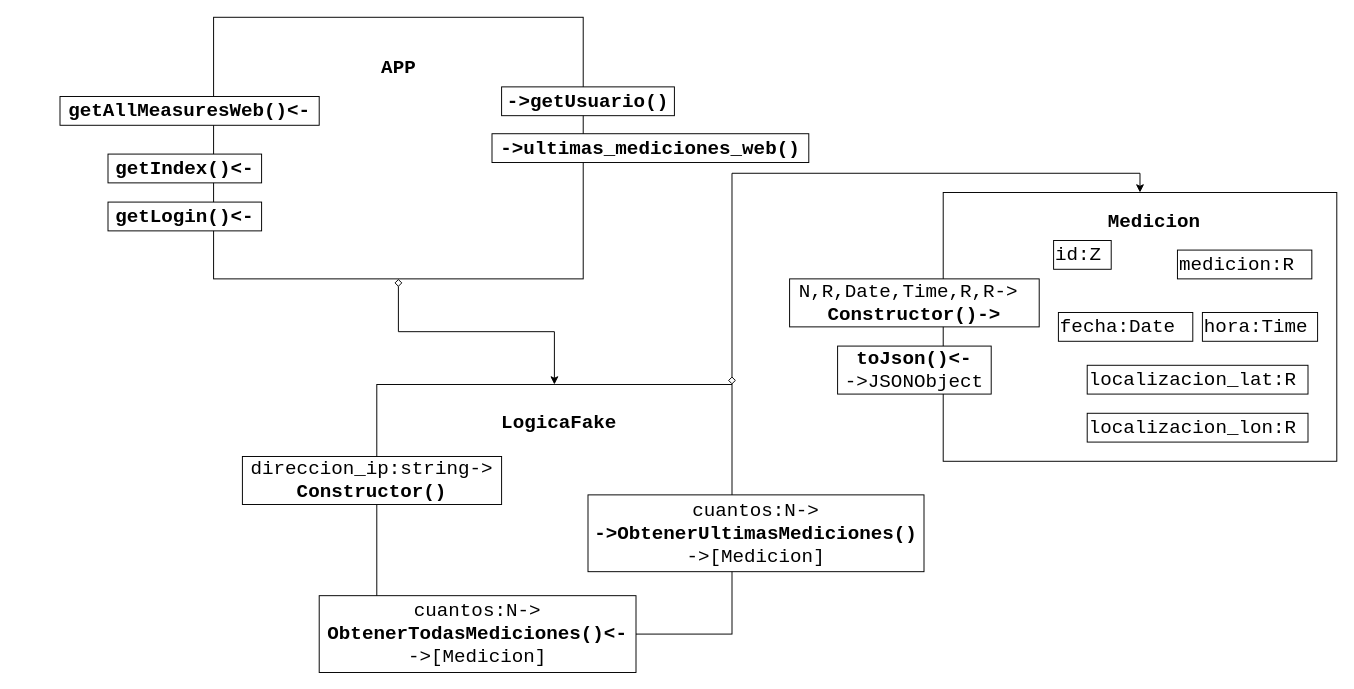
3-GTI-ProyectoMedioAmbiente/WebAngleCorp keeps this draw.io diagram as page "General" (1 of 5) of doc/Diseño/webFlask.drawio. Above is the earlier version. Source tidied: cells renumbered, new cells numbered last; positions are measured from the earlier drawing's top-left corner, leaving out a move shared by most shapes. Both pictures are drawn from the tidied source at 96%, with x=0, y=0 at pixel (60, 17).
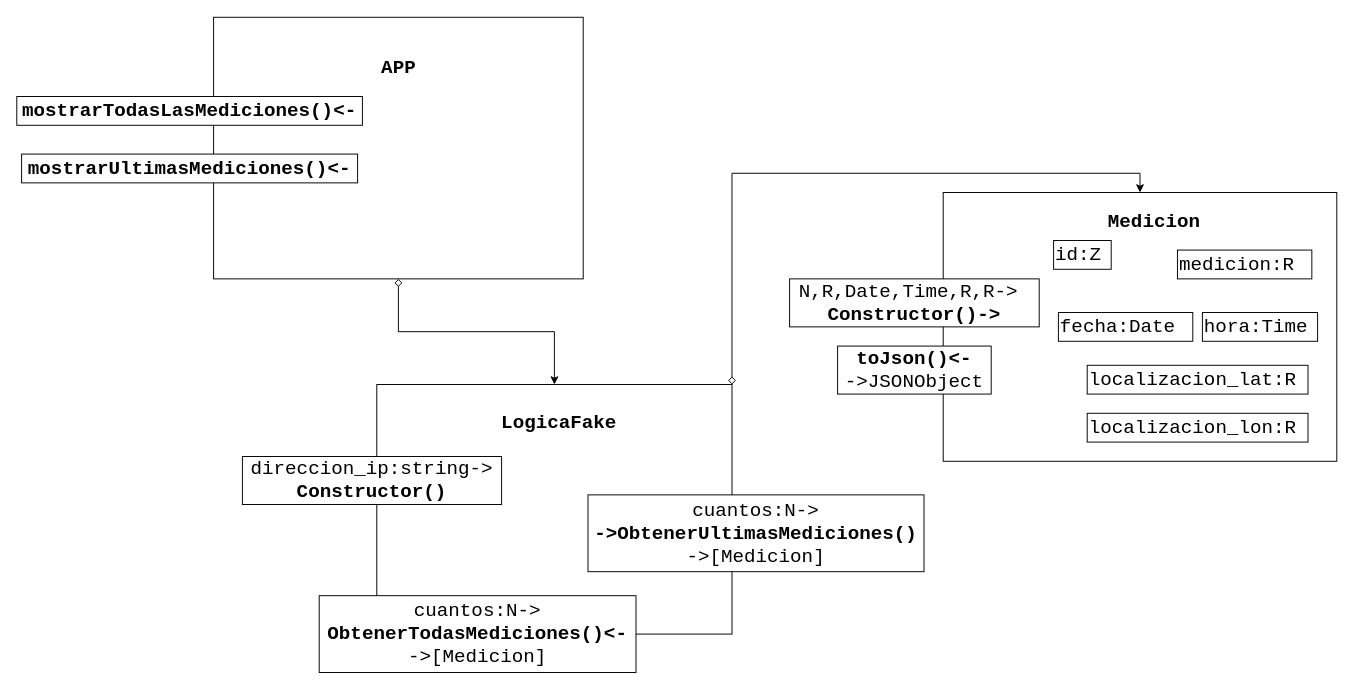
Above is the later version.

What changed in the source:
```diff
@@
-    <mxCell id="21" value="&lt;b&gt;getAllMeasuresWeb()&amp;lt;-&lt;/b&gt;" style="rounded=0;whiteSpace=wrap;html=1;fontFamily=Courier New;fontSize=20;align=center;fontStyle=0;" parent="1" vertex="1">
-      <mxGeometry y="82" width="270" height="30" as="geometry" />
+    <mxCell id="21" value="&lt;b&gt;mostrarTodasLasMediciones()&amp;lt;-&lt;/b&gt;" style="rounded=0;whiteSpace=wrap;html=1;fontFamily=Courier New;fontSize=20;align=center;fontStyle=0;" parent="1" vertex="1">
+      <mxGeometry x="-45" y="82" width="360" height="30" as="geometry" />
     </mxCell>
-    <mxCell id="22" value="&lt;b&gt;getIndex()&amp;lt;-&lt;/b&gt;" style="rounded=0;whiteSpace=wrap;html=1;fontFamily=Courier New;fontSize=20;align=center;fontStyle=0;" parent="1" vertex="1">
-      <mxGeometry x="50" y="142" width="160" height="30" as="geometry" />
-    </mxCell>
-    <mxCell id="23" value="&lt;b&gt;getLogin()&amp;lt;-&lt;/b&gt;" style="rounded=0;whiteSpace=wrap;html=1;fontFamily=Courier New;fontSize=20;align=center;fontStyle=0;" parent="1" vertex="1">
-      <mxGeometry x="50" y="192" width="160" height="30" as="geometry" />
-    </mxCell>
-    <mxCell id="24" value="&lt;b&gt;-&amp;gt;getUsuario()&lt;/b&gt;" style="rounded=0;whiteSpace=wrap;html=1;fontFamily=Courier New;fontSize=20;align=center;fontStyle=0;" parent="1" vertex="1">
-      <mxGeometry x="460" y="72" width="180" height="30" as="geometry" />
-    </mxCell>
-    <mxCell id="25" value="&lt;b&gt;-&amp;gt;ultimas_mediciones_web()&lt;/b&gt;" style="rounded=0;whiteSpace=wrap;html=1;fontFamily=Courier New;fontSize=20;align=center;fontStyle=0;" parent="1" vertex="1">
-      <mxGeometry x="450" y="120.8" width="330" height="30" as="geometry" />
-    </mxCell>
+    <mxCell id="26" value="&lt;b&gt;mostrarUltimasMediciones()&amp;lt;-&lt;/b&gt;" style="rounded=0;whiteSpace=wrap;html=1;fontFamily=Courier New;fontSize=20;align=center;fontStyle=0;" parent="1" vertex="1">
+      <mxGeometry x="-40" y="142" width="350" height="30" as="geometry" />
+    </mxCell>
```
